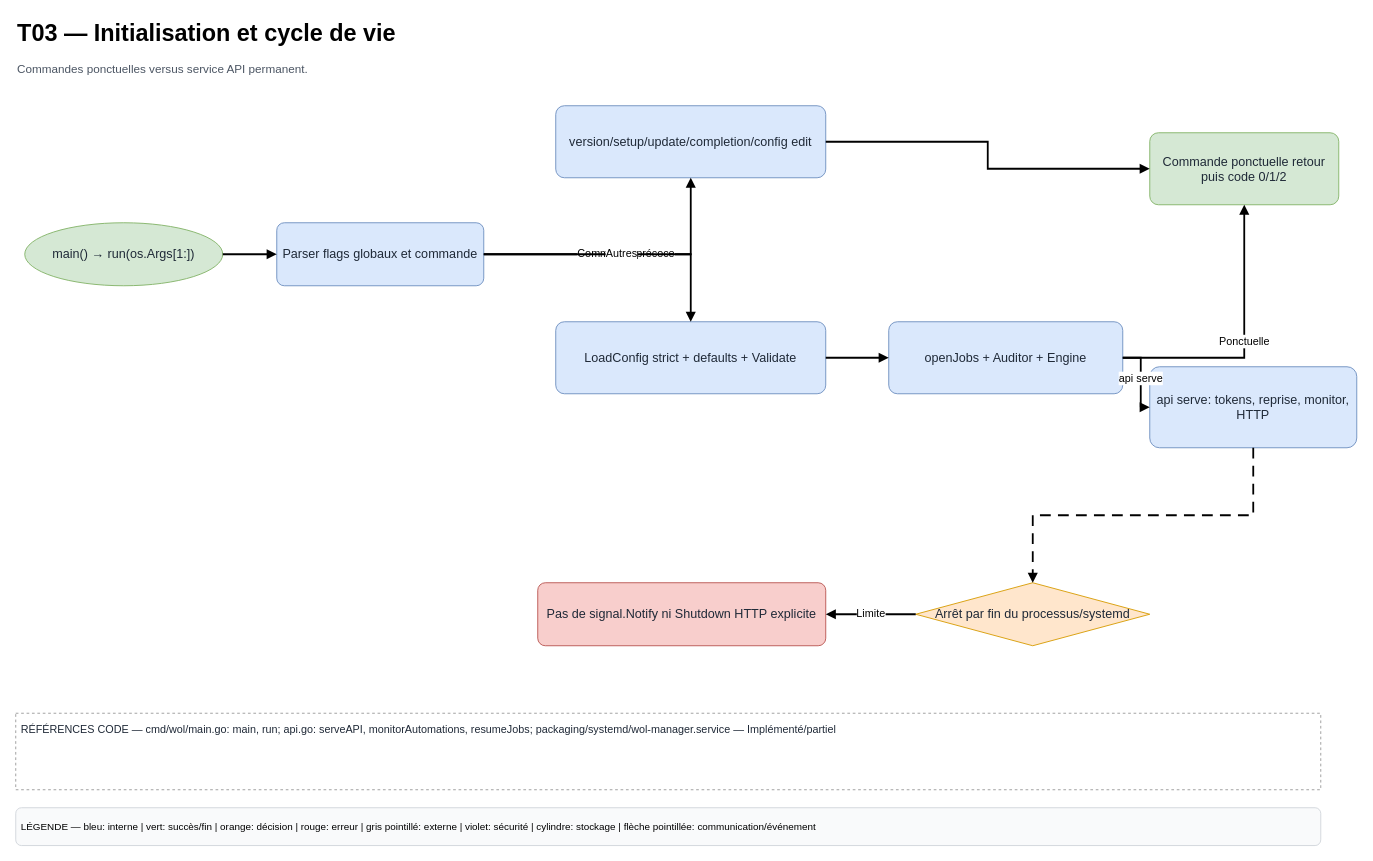
The draw.io diagram page "T03 — Initialisation et cycle de vie" (3 of 18) of docs/diagrams/WoL-Manager-Technique.drawio in HaasGa-Factory/WOL-Manager, before the edit. Source tidied: cells renumbered, new cells numbered last; positions are measured from the earlier drawing's top-left corner, leaving out a move shared by most shapes. Both pictures are drawn from the tidied source at 90%, with x=0, y=0 at pixel (15, 15).
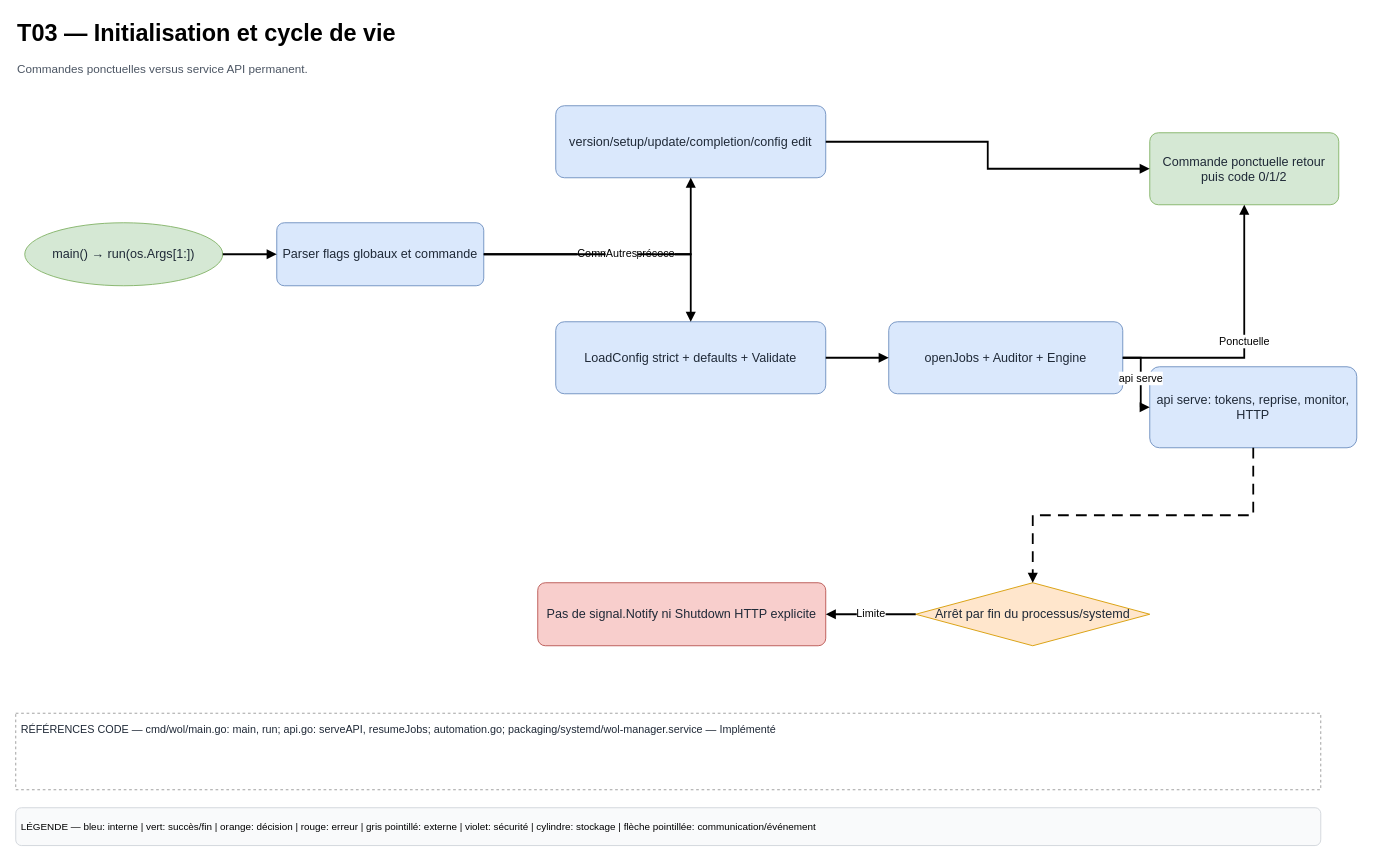
The same diagram, later.

Diff of the diagram source:
```diff
@@
-    <mxCell id="5" value="RÉFÉRENCES CODE — cmd/wol/main.go: main, run; api.go: serveAPI, monitorAutomations, resumeJobs; packaging/systemd/wol-manager.service — Implémenté/partiel" style="whiteSpace=wrap;html=1;fillColor=#ffffff;strokeColor=#999999;fontSize=14;fontColor=#1f2937;align=center;verticalAlign=middle;spacing=6;shadow=0;rounded=0;dashed=1;align=left;verticalAlign=top;fontSize=12;" parent="1" vertex="1">
+    <mxCell id="5" value="RÉFÉRENCES CODE — cmd/wol/main.go: main, run; api.go: serveAPI, resumeJobs; automation.go; packaging/systemd/wol-manager.service — Implémenté" style="whiteSpace=wrap;html=1;fillColor=#ffffff;strokeColor=#999999;fontSize=14;fontColor=#1f2937;align=center;verticalAlign=middle;spacing=6;shadow=0;rounded=0;dashed=1;align=left;verticalAlign=top;fontSize=12;" parent="1" vertex="1">
       <mxGeometry y="775" width="1450" height="85" as="geometry" />
     </mxCell>
```
